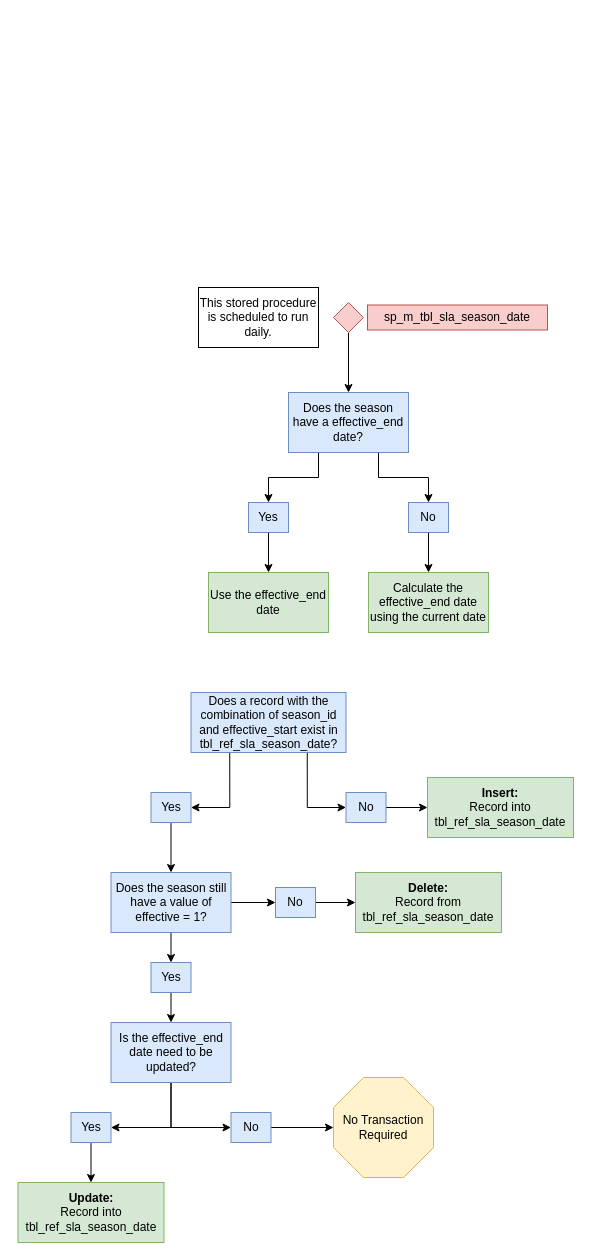
The draw.io diagram images/sp_m_tbl_sla_season_date.drawio in NYC-Parks/SLADB, before the edit. Source tidied: cells renumbered, new cells numbered last; positions are measured from the earlier drawing's top-left corner, leaving out a move shared by most shapes. Both pictures are drawn from the tidied source at 100%, with x=0, y=0 at pixel (17, 287).
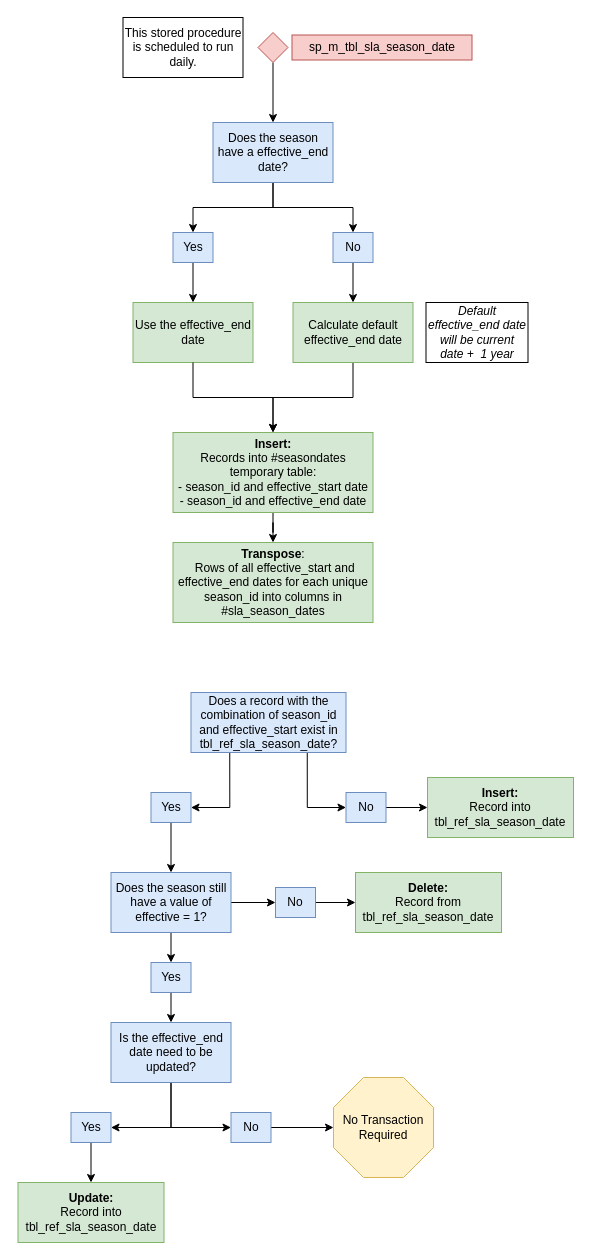
After the change.

The edit, as a diff of the source:
```diff
@@
+    <mxCell id="40" style="edgeStyle=orthogonalEdgeStyle;rounded=0;jettySize=auto;html=1;" parent="1" edge="1" source="2" target="43">
+      <mxGeometry relative="1" as="geometry" />
+    </mxCell>
-    <mxCell id="2" value="Calculate the effective_end date using the current date" style="rounded=0;whiteSpace=wrap;html=1;fillColor=#d5e8d4;strokeColor=#82b366;" parent="1" vertex="1">
-      <mxGeometry x="351" y="285" width="120" height="60" as="geometry" />
+    <mxCell id="2" value="Calculate default effective_end date" style="rounded=0;whiteSpace=wrap;html=1;fillColor=#d5e8d4;strokeColor=#82b366;" parent="1" vertex="1">
+      <mxGeometry x="275.5" y="15" width="120" height="60" as="geometry" />
     </mxCell>
@@
     <mxCell id="4" style="rhombus;whiteSpace=wrap;html=1;fillColor=#f8cecc;strokeColor=#b85450;" parent="1" vertex="1">
-      <mxGeometry x="316" y="15" width="30" height="30" as="geometry" />
+      <mxGeometry x="240.5" y="-255" width="30" height="30" as="geometry" />
     </mxCell>
     <mxCell id="5" value="sp_m_tbl_sla_season_date" style="rounded=0;whiteSpace=wrap;html=1;fillColor=#f8cecc;strokeColor=#b85450;" parent="1" vertex="1">
-      <mxGeometry x="350" y="17.5" width="180" height="25" as="geometry" />
+      <mxGeometry x="274.5" y="-252.5" width="180" height="25" as="geometry" />
     </mxCell>
-    <mxCell id="6" style="edgeStyle=orthogonalEdgeStyle;rounded=0;jettySize=auto;html=1;exitX=0.25;exitY=1;exitDx=0;exitDy=0;" parent="1" edge="1" source="8" target="10">
+    <mxCell id="6" style="edgeStyle=orthogonalEdgeStyle;rounded=0;jettySize=auto;html=1;" parent="1" edge="1" source="8" target="10">
       <mxGeometry relative="1" as="geometry" />
     </mxCell>
-    <mxCell id="7" style="edgeStyle=orthogonalEdgeStyle;rounded=0;jettySize=auto;html=1;exitX=0.75;exitY=1;exitDx=0;exitDy=0;entryX=0.5;entryY=0;entryDx=0;entryDy=0;" parent="1" edge="1" source="8" target="12">
+    <mxCell id="7" style="edgeStyle=orthogonalEdgeStyle;rounded=0;jettySize=auto;html=1;exitX=0.5;exitY=1;exitDx=0;exitDy=0;entryX=0.5;entryY=0;entryDx=0;entryDy=0;" parent="1" edge="1" source="8" target="12">
       <mxGeometry relative="1" as="geometry" />
     </mxCell>
     <mxCell id="8" value="Does the season have a effective_end date?" style="rounded=0;whiteSpace=wrap;html=1;fillColor=#dae8fc;strokeColor=#6c8ebf;" parent="1" vertex="1">
-      <mxGeometry x="271" y="105" width="120" height="60" as="geometry" />
+      <mxGeometry x="195.5" y="-165" width="120" height="60" as="geometry" />
     </mxCell>
@@
     <mxCell id="10" value="Yes" style="rounded=0;whiteSpace=wrap;html=1;fillColor=#dae8fc;strokeColor=#6c8ebf;" parent="1" vertex="1">
-      <mxGeometry x="231" y="215" width="40" height="30" as="geometry" />
+      <mxGeometry x="155.5" y="-55" width="40" height="30" as="geometry" />
     </mxCell>
@@
     <mxCell id="12" value="No" style="rounded=0;whiteSpace=wrap;html=1;fillColor=#dae8fc;strokeColor=#6c8ebf;" parent="1" vertex="1">
-      <mxGeometry x="391" y="215" width="40" height="30" as="geometry" />
+      <mxGeometry x="315.5" y="-55" width="40" height="30" as="geometry" />
     </mxCell>
     <mxCell id="13" value="Use the effective_end date" style="rounded=0;whiteSpace=wrap;html=1;fillColor=#d5e8d4;strokeColor=#82b366;" parent="1" vertex="1">
-      <mxGeometry x="191" y="285" width="120" height="60" as="geometry" />
+      <mxGeometry x="115.5" y="15" width="120" height="60" as="geometry" />
     </mxCell>
     <mxCell id="14" value="This stored procedure is scheduled to run daily." style="rounded=0;whiteSpace=wrap;html=1;" parent="1" vertex="1">
-      <mxGeometry x="181" width="120" height="60" as="geometry" />
+      <mxGeometry x="105.5" y="-270" width="120" height="60" as="geometry" />
     </mxCell>
@@
+    <mxCell id="41" value="&lt;i&gt;Default effective_end date will be current date +&amp;nbsp; 1 year&lt;/i&gt;" style="rounded=0;whiteSpace=wrap;html=1;fillColor=none;" parent="1" vertex="1">
+      <mxGeometry x="408.5" y="15" width="102" height="60" as="geometry" />
+    </mxCell>
+    <mxCell id="42" style="edgeStyle=orthogonalEdgeStyle;rounded=0;jettySize=auto;html=1;" parent="1" edge="1" source="43" target="45">
+      <mxGeometry relative="1" as="geometry" />
+    </mxCell>
+    <mxCell id="43" value="&lt;b&gt;Insert:&lt;/b&gt;&lt;br&gt;Records into #seasondates temporary table:&lt;br&gt;- season_id and effective_start date&lt;br&gt;- season_id and effective_end date" style="rounded=0;whiteSpace=wrap;html=1;fillColor=#d5e8d4;strokeColor=#82b366;" parent="1" vertex="1">
+      <mxGeometry x="155.5" y="145" width="200" height="80" as="geometry" />
+    </mxCell>
+    <mxCell id="44" style="endArrow=classic;html=1;exitX=0.5;exitY=1;exitDx=0;exitDy=0;entryX=0.5;entryY=0;entryDx=0;entryDy=0;rounded=0;edgeStyle=orthogonalEdgeStyle;" parent="1" edge="1" source="13" target="43">
+      <mxGeometry relative="1" as="geometry" />
+    </mxCell>
+    <mxCell id="45" value="&lt;b&gt;Transpose&lt;/b&gt;:&lt;br&gt;&amp;nbsp;Rows of all effective_start and effective_end dates for each unique season_id into columns in #sla_season_dates" style="rounded=0;whiteSpace=wrap;html=1;fillColor=#d5e8d4;strokeColor=#82b366;" parent="1" vertex="1">
+      <mxGeometry x="155.5" y="255" width="200" height="80" as="geometry" />
+    </mxCell>
+    <mxCell id="46" style="edgeStyle=orthogonalEdgeStyle;rounded=0;orthogonalLoop=1;jettySize=auto;html=1;exitX=0.5;exitY=1;exitDx=0;exitDy=0;" parent="1" edge="1" source="45" target="45">
+      <mxGeometry relative="1" as="geometry" />
+    </mxCell>
```
